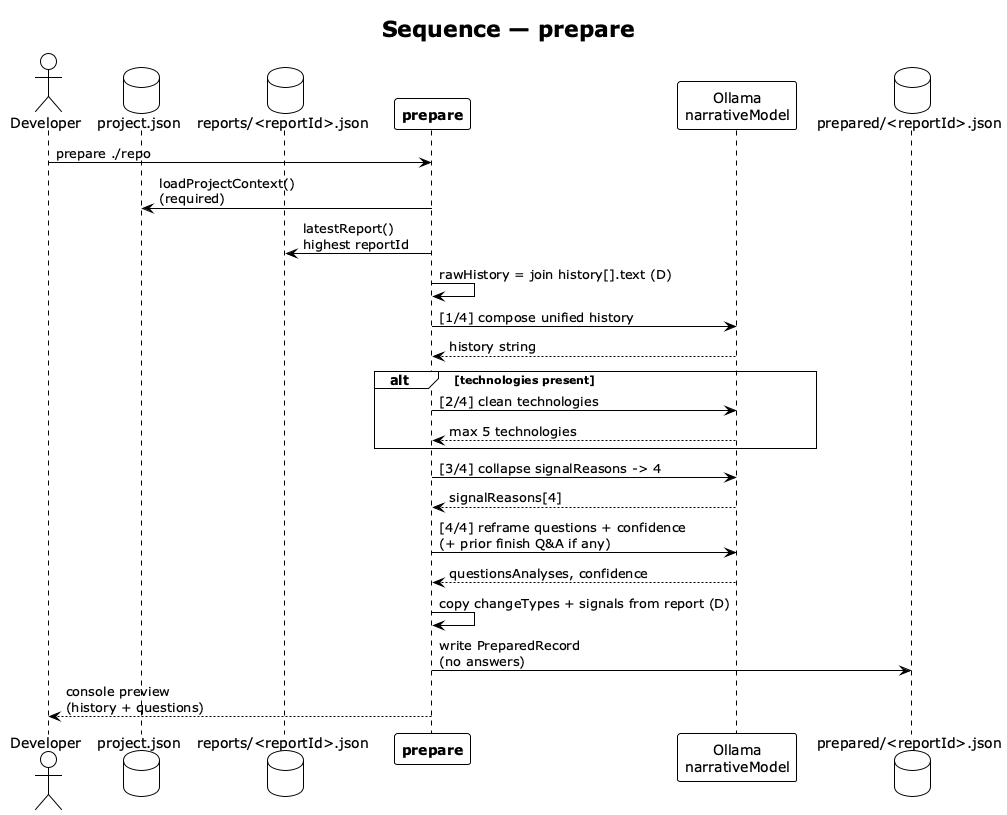
Earlier version of the PlantUML export img/prepare-sequence.png (vzakharchenko/dev-workgraph). Source of this version:
```plantuml
@startuml prepare-sequence
!theme plain
skinparam shadowing false

title Sequence — **prepare**

actor "Developer" as DEV
database "project.json" as PJ
database "reports/<reportId>.json" as RPT
participant "**prepare**" as PRE
participant "Ollama\nnarrativeModel" as LLM
database "prepared/<reportId>.json" as OUT

DEV -> PRE : prepare ./repo

PRE -> PJ : loadProjectContext()\n(required)
PRE -> RPT : latestReport()\nhighest reportId

PRE -> PRE : rawHistory = join history[].text (D)

PRE -> LLM : [1/4] compose unified history
LLM --> PRE : history string

alt technologies present
  PRE -> LLM : [2/4] clean technologies
  LLM --> PRE : max 5 technologies
end

PRE -> LLM : [3/4] collapse signalReasons -> 4
LLM --> PRE : signalReasons[4]

PRE -> LLM : [4/4] reframe questions + confidence\n(+ prior finish Q&A if any)
LLM --> PRE : questionsAnalyses, confidence

PRE -> PRE : copy changeTypes + signals from report (D)

PRE -> OUT : write PreparedRecord\n(no answers)

PRE --> DEV : console preview\n(history + questions)

@enduml
```
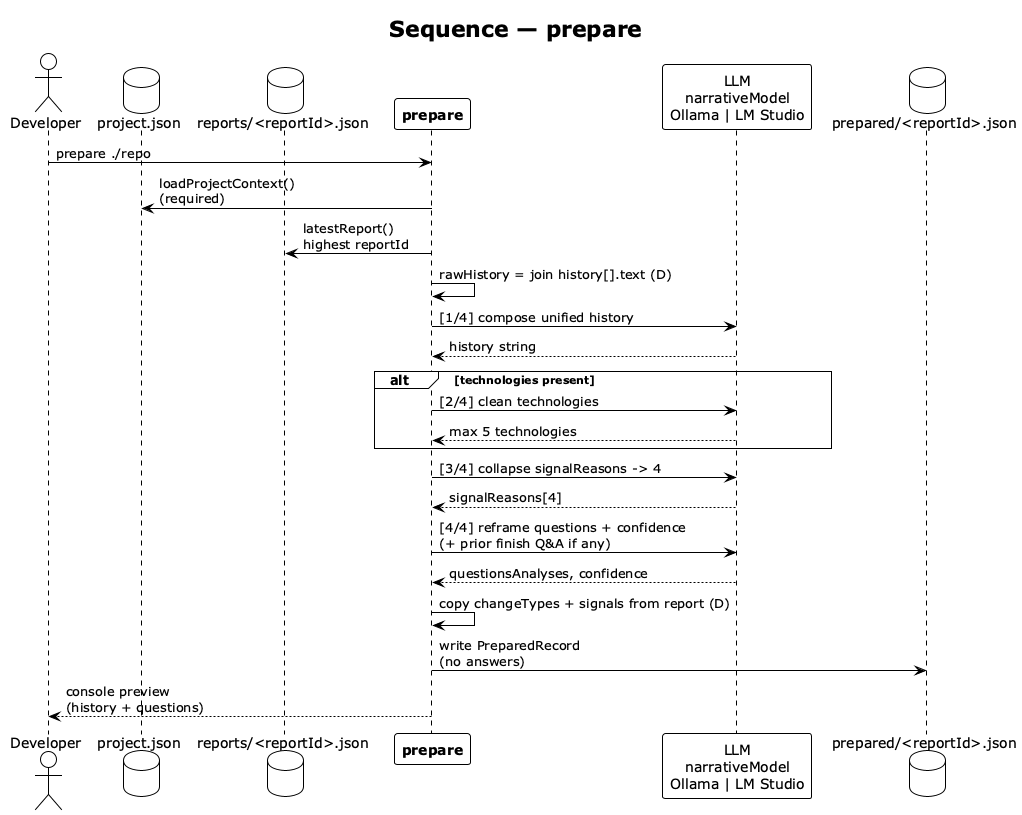
The same diagram one commit later.

Diff of the diagram source:
```diff
@@ -8,7 +8,7 @@
 database "project.json" as PJ
 database "reports/<reportId>.json" as RPT
 participant "**prepare**" as PRE
-participant "Ollama\nnarrativeModel" as LLM
+participant "LLM\nnarrativeModel\nOllama | LM Studio" as LLM
 database "prepared/<reportId>.json" as OUT
 
 DEV -> PRE : prepare ./repo
```
